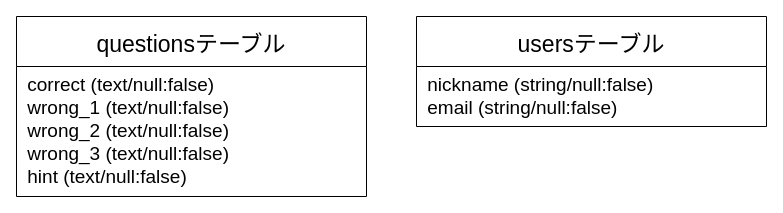
JuntOta/shuwa_game keeps this draw.io diagram as shuwa.dio. Above is the earlier version. Source tidied: cells renumbered, new cells numbered last; positions are measured from the earlier drawing's top-left corner, leaving out a move shared by most shapes. Both pictures are drawn from the tidied source at 100%, with x=0, y=0 at pixel (16, 16).
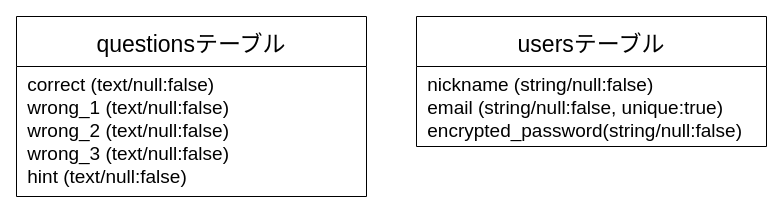
The same diagram, later.

Change to the diagram source:
```diff
@@
 <mxGraphModel>
   <root>
     <mxCell id="0" />
     <mxCell id="1" parent="0" />
     <mxCell id="2" value="questionsテーブル" style="swimlane;fontStyle=0;horizontal=1;startSize=50;align=center;fontSize=23;" parent="1" vertex="1">
       <mxGeometry width="350" height="180" as="geometry" />
     </mxCell>
     <mxCell id="3" value=" correct (text/null:false)&#10; wrong_1 (text/null:false)&#10; wrong_2 (text/null:false)&#10; wrong_3 (text/null:false)&#10; hint (text/null:false)" style="text;strokeColor=none;fillColor=none;spacingLeft=4;spacingRight=4;overflow=hidden;fontSize=19;" parent="2" vertex="1">
       <mxGeometry y="50" width="350" height="130" as="geometry" />
     </mxCell>
     <mxCell id="4" value="usersテーブル" style="swimlane;fontStyle=0;horizontal=1;startSize=50;align=center;fontSize=23;" parent="1" vertex="1">
-      <mxGeometry x="400" width="350" height="110" as="geometry" />
+      <mxGeometry x="400" width="350" height="130" as="geometry" />
     </mxCell>
-    <mxCell id="5" value=" nickname (string/null:false)&#10; email (string/null:false)" style="text;strokeColor=none;fillColor=none;spacingLeft=4;spacingRight=4;overflow=hidden;fontSize=19;" parent="4" vertex="1">
-      <mxGeometry y="50" width="350" height="60" as="geometry" />
+    <mxCell id="5" value=" nickname (string/null:false)&#10; email (string/null:false, unique:true)&#10; encrypted_password(string/null:false)" style="text;strokeColor=none;fillColor=none;spacingLeft=4;spacingRight=4;overflow=hidden;fontSize=19;" parent="4" vertex="1">
+      <mxGeometry y="50" width="350" height="80" as="geometry" />
     </mxCell>
   </root>
 </mxGraphModel>
```
